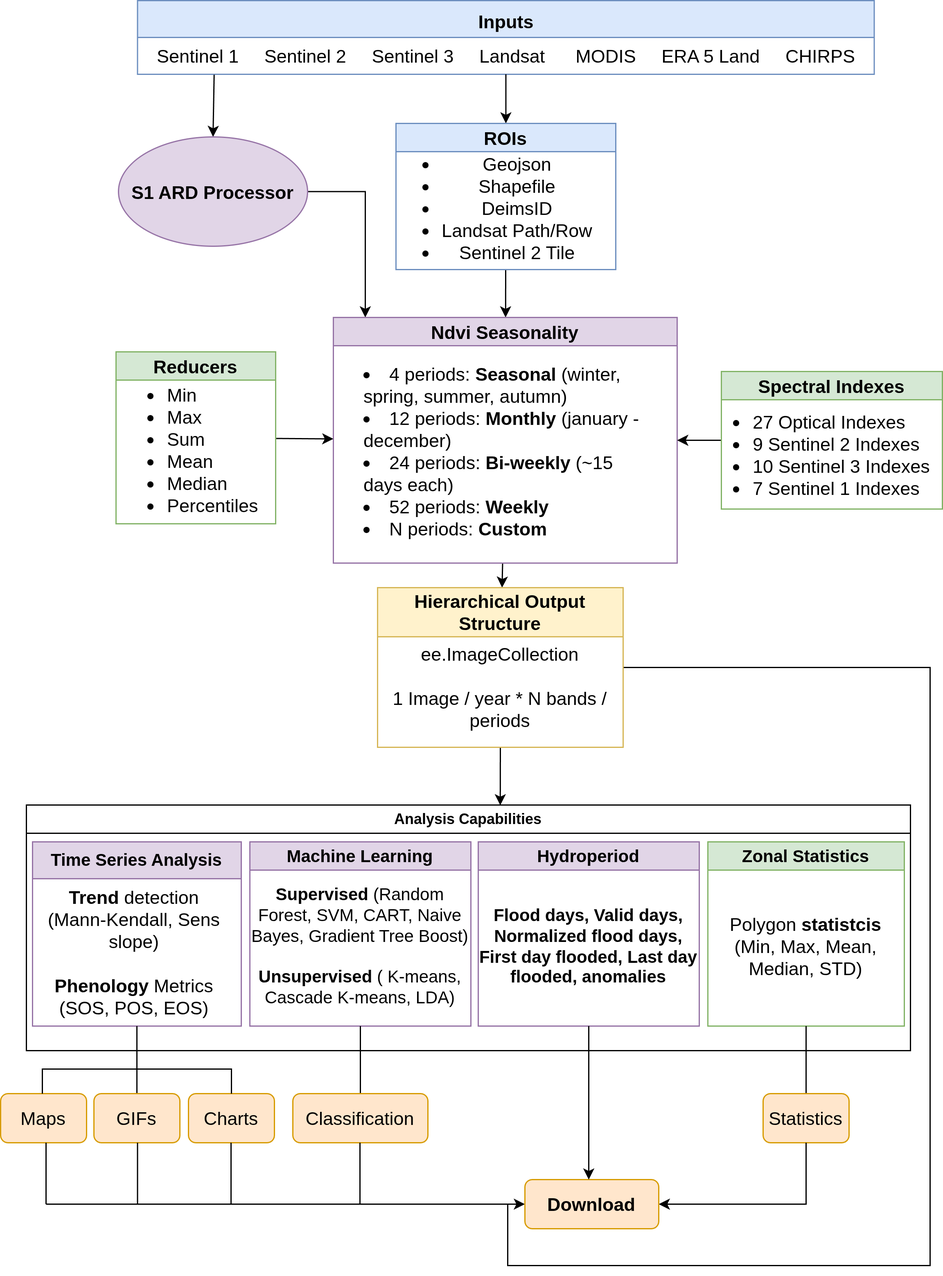
The draw.io diagram paper/ndvi2gif_workflow.png in Digdgeo/Ndvi2Gif, before a commit. Source tidied: cells renumbered, new cells last; positions are measured from the earlier drawing's top-left corner, leaving out a move shared by most shapes.
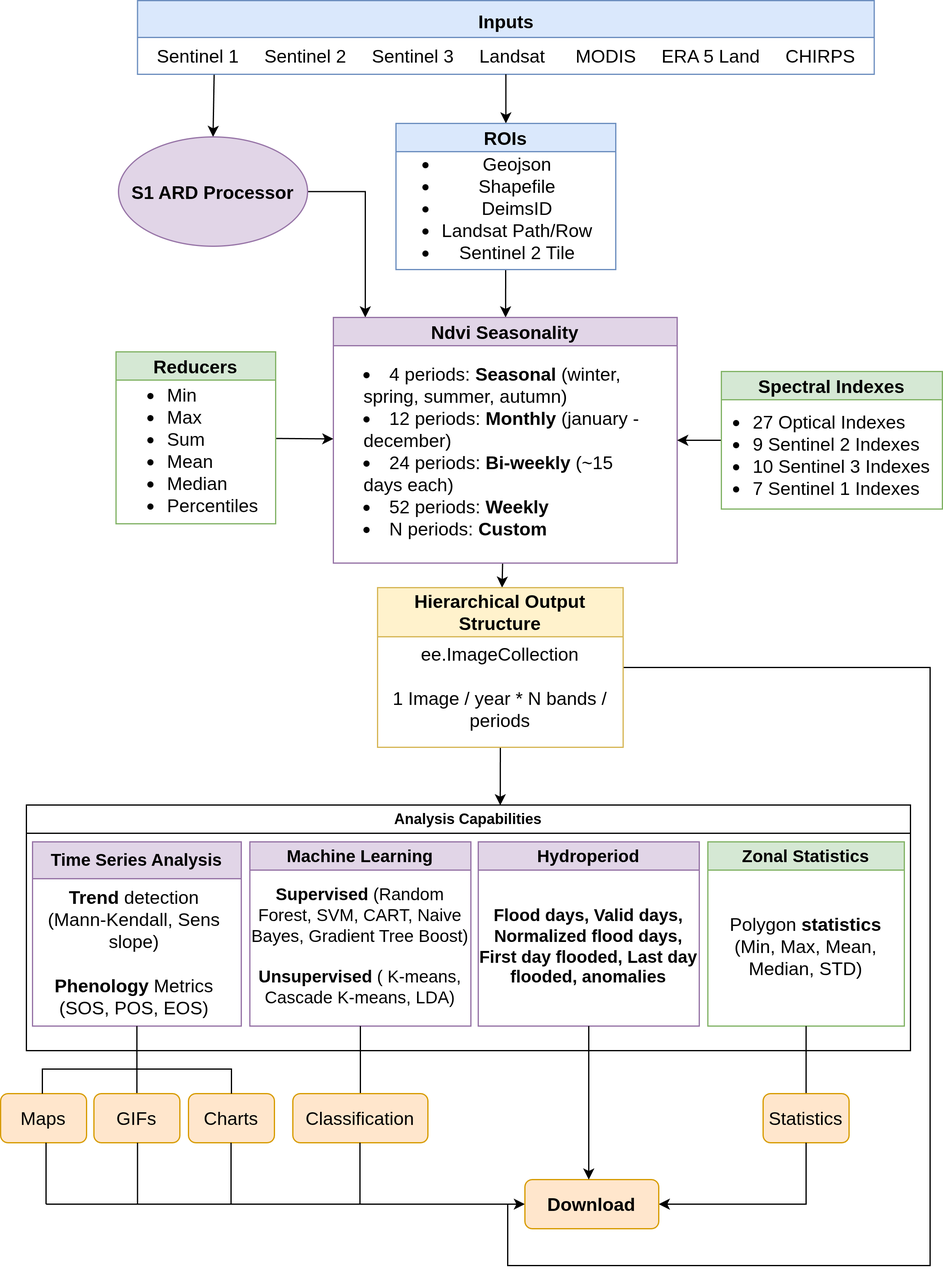
The same diagram one commit later.

Diff of the diagram source:
```diff
@@ -132,7 +132,7 @@
     <mxCell id="41" value="&lt;b&gt;Trend&lt;/b&gt; detection (Mann-Kendall, Sens slope)&lt;div&gt;&lt;br&gt;&lt;/div&gt;&lt;div&gt;&lt;b&gt;Phenology&lt;/b&gt; Metrics (SOS, POS, EOS)&lt;/div&gt;" style="text;html=1;whiteSpace=wrap;strokeColor=none;fillColor=none;align=center;verticalAlign=middle;rounded=0;fontSize=15;" parent="1" vertex="1">
       <mxGeometry x="34" y="735" width="150" height="80" as="geometry" />
     </mxCell>
-    <mxCell id="42" value="Polygon &lt;b&gt;statistcis&lt;/b&gt; (Min, Max, Mean, Median, STD)" style="text;html=1;whiteSpace=wrap;strokeColor=none;fillColor=none;align=center;verticalAlign=middle;rounded=0;fontSize=15;" parent="1" vertex="1">
+    <mxCell id="42" value="Polygon &lt;b&gt;statistics&lt;/b&gt; (Min, Max, Mean, Median, STD)" style="text;html=1;whiteSpace=wrap;strokeColor=none;fillColor=none;align=center;verticalAlign=middle;rounded=0;fontSize=15;" parent="1" vertex="1">
       <mxGeometry x="586" y="720" width="140" height="100" as="geometry" />
     </mxCell>
     <mxCell id="43" style="endArrow=none;html=1;rounded=0;startArrow=classic;startFill=1;entryX=0.5;entryY=1;entryDx=0;entryDy=0;" parent="1" edge="1" target="29">
```
